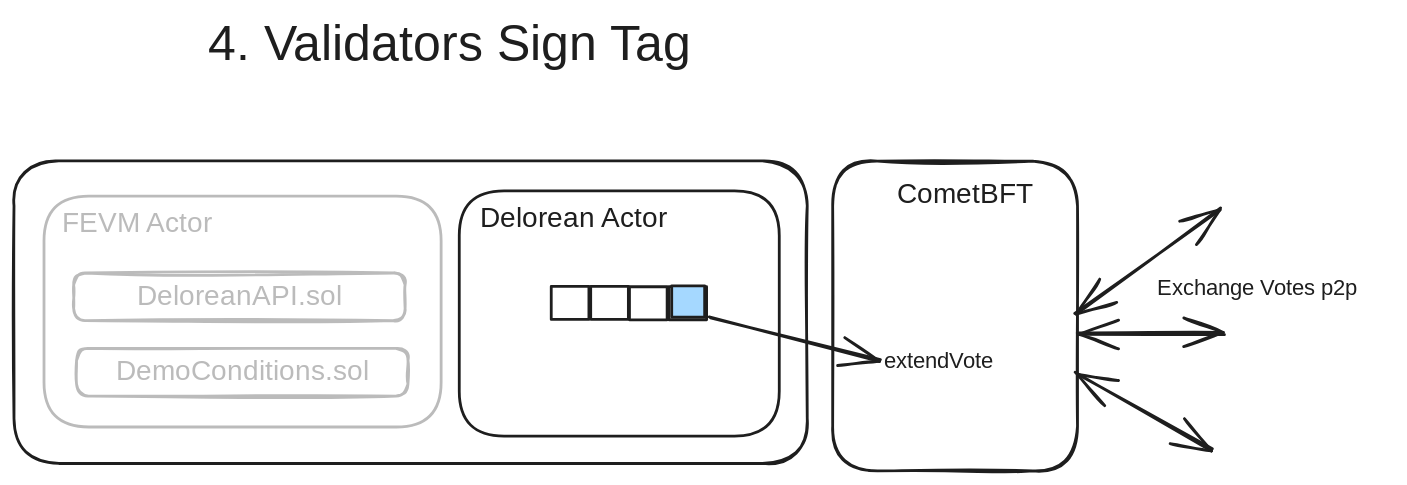
The Excalidraw diagram Delorean-Docs/diagrams/flow_4.excalidraw.svg in ChainSafe/Delorean-Protocol, before a commit. Source tidied: one line per element, renumbered; positions are measured from the earlier drawing's top-left corner, leaving out a move shared by most shapes.
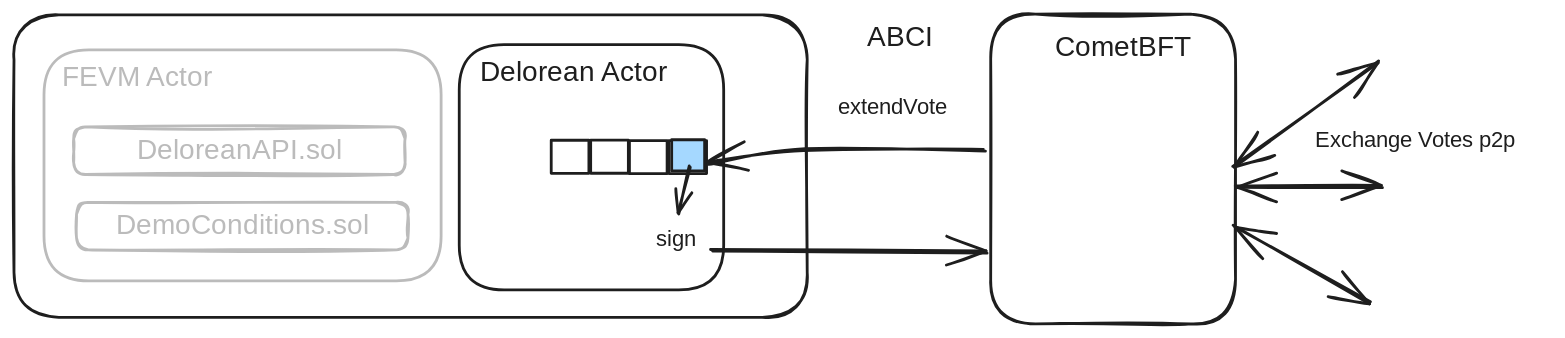
Above is the later version.

Commit message:
update flow diagrams

The edit, as a diff of the source:
```diff
@@ -1,12 +1,10 @@
-{"id": 0, "type": "text", "text": "4. Validators Sign Tag", "strokeColor": "#1e1e1e", "strokeWidth": 2, "roughness": 1, "fontSize": 36, "fontFamily": 3, "x": 139, "y": 0, "width": 464, "height": 43}
-{"id": 1, "type": "rectangle", "strokeColor": "#1e1e1e", "strokeWidth": 2, "roughness": 1, "round": true, "x": 585, "y": 105, "width": 175, "height": 221}
+{"id": 1, "type": "rectangle", "strokeColor": "#1e1e1e", "strokeWidth": 2, "roughness": 1, "round": true, "x": 698, "y": 104, "width": 175, "height": 221}
-{"id": 2, "type": "text", "text": "CometBFT", "strokeColor": "#1e1e1e", "strokeWidth": 2, "roughness": 1, "fontSize": 20, "fontFamily": 3, "x": 630, "y": 117, "width": 94, "height": 24}
+{"id": 2, "type": "text", "text": "CometBFT", "strokeColor": "#1e1e1e", "strokeWidth": 2, "roughness": 1, "fontSize": 20, "fontFamily": 3, "x": 743, "y": 117, "width": 94, "height": 24}
-{"id": 3, "type": "text", "text": "extendVote", "strokeColor": "#1e1e1e", "strokeWidth": 2, "roughness": 1, "fontSize": 16, "fontFamily": 3, "x": 621, "y": 239, "width": 94, "height": 19}
+{"id": 3, "type": "text", "text": "extendVote", "strokeColor": "#1e1e1e", "strokeWidth": 2, "roughness": 1, "fontSize": 16, "fontFamily": 3, "x": 589, "y": 161, "width": 94, "height": 19}
-{"id": 4, "type": "arrow", "strokeColor": "#1e1e1e", "strokeWidth": 2, "roughness": 1, "startArrowhead": "arrow", "endArrowhead": "arrow", "round": true, "x": 758, "y": 213, "width": 102, "height": 75, "points": [[0, 0], [102, -75]]}
+{"id": 4, "type": "arrow", "strokeColor": "#1e1e1e", "strokeWidth": 2, "roughness": 1, "startArrowhead": "arrow", "endArrowhead": "arrow", "round": true, "x": 871, "y": 213, "width": 102, "height": 75, "points": [[0, 0], [102, -75]]}
-{"id": 5, "type": "arrow", "strokeColor": "#1e1e1e", "strokeWidth": 2, "roughness": 1, "startArrowhead": "arrow", "endArrowhead": "arrow", "round": true, "from": 1, "x": 761, "y": 229, "width": 104, "height": 1, "points": [[0, 0], [104, -1]]}
+{"id": 5, "type": "arrow", "strokeColor": "#1e1e1e", "strokeWidth": 2, "roughness": 1, "startArrowhead": "arrow", "endArrowhead": "arrow", "round": true, "from": 1, "x": 874, "y": 228, "width": 104, "height": 1, "points": [[0, 0], [104, -1]]}
-{"id": 6, "type": "arrow", "strokeColor": "#1e1e1e", "strokeWidth": 2, "roughness": 1, "startArrowhead": "arrow", "endArrowhead": "arrow", "round": true, "x": 759, "y": 258, "width": 96, "height": 53, "points": [[0, 0], [96, 53]]}
+{"id": 6, "type": "arrow", "strokeColor": "#1e1e1e", "strokeWidth": 2, "roughness": 1, "startArrowhead": "arrow", "endArrowhead": "arrow", "round": true, "x": 872, "y": 257, "width": 96, "height": 53, "points": [[0, 0], [96, 53]]}
-{"id": 7, "type": "text", "text": "Exchange Votes p2p", "strokeColor": "#1e1e1e", "strokeWidth": 2, "roughness": 1, "fontSize": 16, "fontFamily": 3, "x": 816, "y": 186, "width": 169, "height": 19}
+{"id": 7, "type": "text", "text": "Exchange Votes p2p", "strokeColor": "#1e1e1e", "strokeWidth": 2, "roughness": 1, "fontSize": 16, "fontFamily": 3, "x": 929, "y": 185, "width": 169, "height": 19}
-{"id": 8, "type": "arrow", "strokeColor": "#1e1e1e", "strokeWidth": 2, "roughness": 1, "endArrowhead": "arrow", "round": true, "from": 22, "to": 3, "x": 496, "y": 216, "width": 122, "height": 31, "points": [[0, 0], [122, 31]]}
 {"id": 9, "type": "rectangle", "strokeColor": "#1e1e1e", "strokeWidth": 2, "roughness": 1, "round": true, "x": 0, "y": 105, "width": 567, "height": 216}
 {"id": 10, "type": "rectangle", "strokeColor": "#1e1e1e", "strokeWidth": 2, "roughness": 1, "opacity": 30, "round": true, "x": 45, "y": 239, "width": 237, "height": 34}
 {"id": 11, "type": "text", "text": "DemoConditions.sol", "strokeColor": "#1e1e1e", "strokeWidth": 2, "roughness": 1, "opacity": 30, "fontSize": 20, "fontFamily": 3, "textAlign": "center", "verticalAlign": "middle", "inside": 10, "x": 58, "y": 244, "width": 211, "height": 24}
@@ -14,10 +12,15 @@
 {"id": 13, "type": "text", "text": "DeloreanAPI.sol", "strokeColor": "#1e1e1e", "strokeWidth": 2, "roughness": 1, "opacity": 30, "fontSize": 20, "fontFamily": 3, "textAlign": "center", "verticalAlign": "middle", "inside": 12, "x": 73, "y": 190, "width": 176, "height": 24}
 {"id": 14, "type": "rectangle", "strokeColor": "#1e1e1e", "strokeWidth": 2, "roughness": 0, "opacity": 30, "round": true, "x": 21, "y": 130, "width": 284, "height": 165}
 {"id": 15, "type": "text", "text": "FEVM Actor", "strokeColor": "#1e1e1e", "strokeWidth": 2, "roughness": 0, "opacity": 30, "fontSize": 20, "fontFamily": 3, "x": 34, "y": 138, "width": 117, "height": 24}
-{"id": 16, "type": "rectangle", "strokeColor": "#1e1e1e", "strokeWidth": 2, "roughness": 0, "round": true, "x": 318, "y": 126, "width": 229, "height": 175}
+{"id": 16, "type": "rectangle", "strokeColor": "#1e1e1e", "strokeWidth": 2, "roughness": 0, "round": true, "x": 318, "y": 126, "width": 189, "height": 175}
 {"id": 17, "type": "text", "text": "Delorean Actor", "strokeColor": "#1e1e1e", "strokeWidth": 2, "roughness": 0, "fontSize": 20, "fontFamily": 3, "x": 333, "y": 134, "width": 164, "height": 24}
-{"id": 18, "type": "rectangle", "strokeColor": "#1e1e1e", "strokeWidth": 2, "roughness": 0, "x": 384, "y": 195, "width": 27, "height": 24}
+{"id": 18, "type": "rectangle", "strokeColor": "#1e1e1e", "strokeWidth": 2, "roughness": 0, "x": 384, "y": 194, "width": 27, "height": 24}
 {"id": 19, "type": "rectangle", "strokeColor": "#1e1e1e", "strokeWidth": 2, "roughness": 0, "x": 412, "y": 194, "width": 27, "height": 24}
 {"id": 20, "type": "rectangle", "strokeColor": "#1e1e1e", "strokeWidth": 2, "roughness": 0, "x": 440, "y": 195, "width": 27, "height": 24}
 {"id": 21, "type": "rectangle", "strokeColor": "#1e1e1e", "strokeWidth": 2, "roughness": 0, "x": 468, "y": 195, "width": 27, "height": 24}
 {"id": 22, "type": "rectangle", "strokeColor": "#1e1e1e", "backgroundColor": "#a5d8ff", "fillStyle": "solid", "strokeWidth": 2, "roughness": 0, "x": 470, "y": 194, "width": 24, "height": 22}
+{"id": 23, "type": "arrow", "strokeColor": "#1e1e1e", "strokeWidth": 2, "roughness": 1, "endArrowhead": "arrow", "round": true, "from": 1, "to": 22, "x": 694, "y": 203, "width": 197, "height": 10, "points": [[0, 0], [-129, -2], [-197, 8]]}
+{"id": 24, "type": "text", "text": "sign", "strokeColor": "#1e1e1e", "strokeWidth": 2, "roughness": 1, "fontSize": 16, "fontFamily": 3, "x": 458, "y": 255, "width": 38, "height": 19}
+{"id": 25, "type": "arrow", "strokeColor": "#1e1e1e", "strokeWidth": 2, "roughness": 1, "endArrowhead": "arrow", "round": true, "to": 24, "x": 483, "y": 213, "width": 8, "height": 34, "points": [[0, 0], [-8, 34]]}
+{"id": 26, "type": "arrow", "strokeColor": "#1e1e1e", "strokeWidth": 2, "roughness": 1, "endArrowhead": "arrow", "round": true, "from": 24, "to": 1, "x": 499, "y": 274, "width": 196, "height": 0, "points": [[0, 0], [196, 0]]}
+{"id": 27, "type": "text", "text": "ABCI", "strokeColor": "#1e1e1e", "strokeWidth": 2, "roughness": 1, "fontSize": 20, "fontFamily": 3, "x": 609, "y": 109, "width": 47, "height": 24}
```
